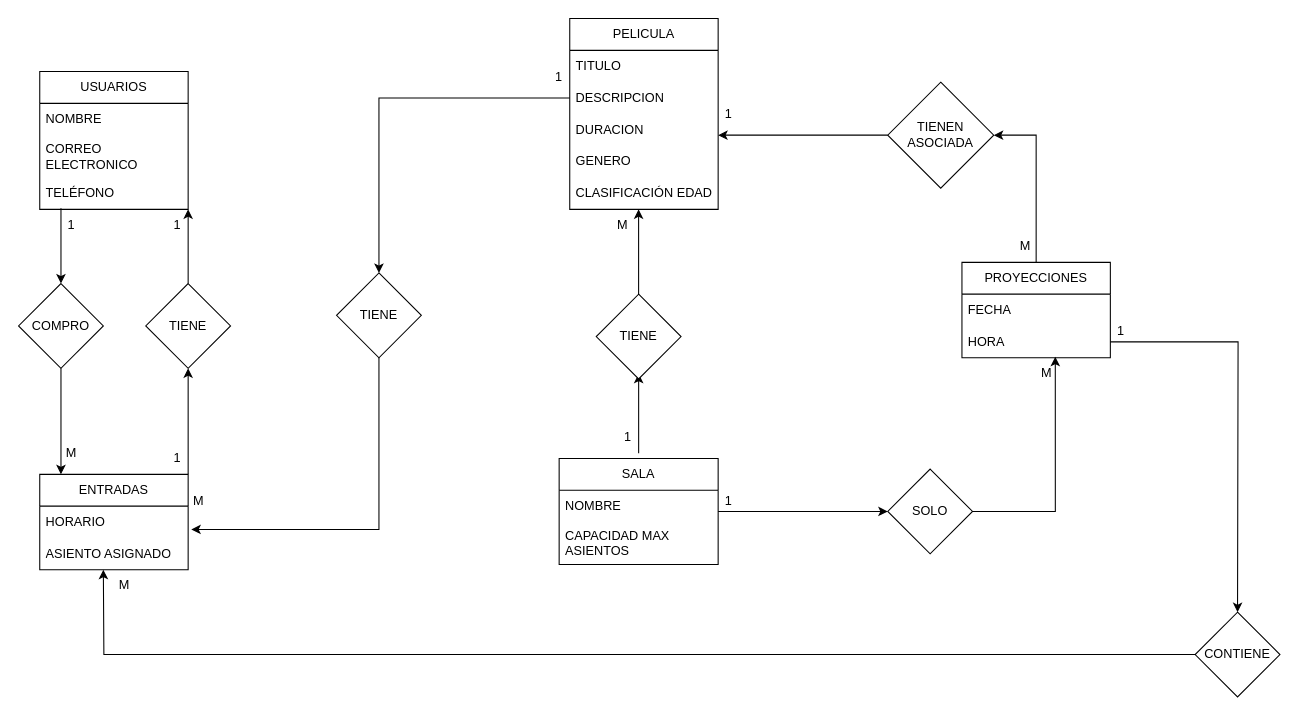
Above: Base de datos/Diagrama sin título.drawio in khalloufiajroureda/Apuntes (draw.io), before the change. Source tidied: cells renumbered, new cells numbered last; positions are measured from the earlier drawing's top-left corner, leaving out a move shared by most shapes. Both pictures are drawn from the tidied source at 106%, with x=0, y=0 at pixel (18, 18).
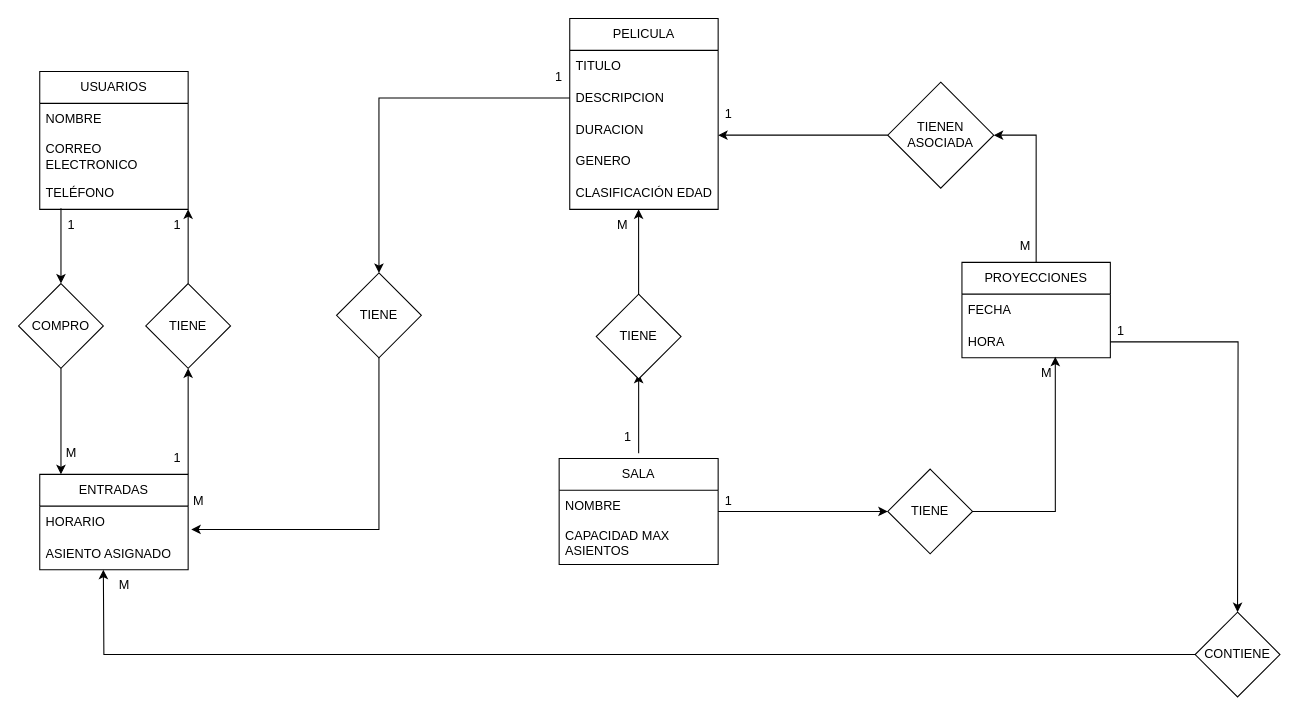
The same diagram, later.

The edit, as a diff of the source:
```diff
@@
-    <mxCell id="31" value="SOLO" style="rhombus;whiteSpace=wrap;html=1;" parent="1" vertex="1">
+    <mxCell id="31" value="TIENE" style="rhombus;whiteSpace=wrap;html=1;" parent="1" vertex="1">
       <mxGeometry x="820" y="425" width="80" height="80" as="geometry" />
     </mxCell>
```
